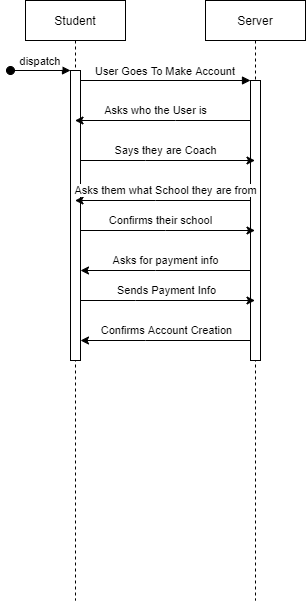
Earlier version of the draw.io export Deliverables/Week_3/Use_Case/Coaches/Sequence Diagrams/User_Maintenance.png (Hanandrof/Group-3-Repository). Source tidied: cells renumbered, new cells last; positions are measured from the earlier drawing's top-left corner, leaving out a move shared by most shapes.
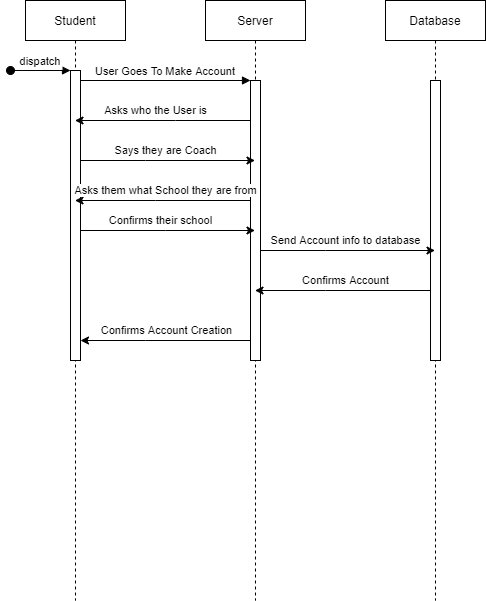
The same file after the commit.

What changed in the source:
```diff
@@ -64,32 +64,6 @@
         <mxPoint y="-8" as="offset" />
       </mxGeometry>
     </mxCell>
-    <mxCell id="14" style="edgeStyle=orthogonalEdgeStyle;rounded=0;jettySize=auto;html=1;" parent="1" edge="1" source="6" target="3">
-      <mxGeometry relative="1" as="geometry">
-        <Array as="points">
-          <mxPoint x="145" y="270" />
-          <mxPoint x="145" y="270" />
-        </Array>
-      </mxGeometry>
-    </mxCell>
-    <mxCell id="15" value="Asks for payment info" style="edgeLabel;html=1;align=center;verticalAlign=middle;" parent="14" vertex="1">
-      <mxGeometry x="0.12" y="1" relative="1" as="geometry">
-        <mxPoint x="9.9" y="-11" as="offset" />
-      </mxGeometry>
-    </mxCell>
-    <mxCell id="16" style="edgeStyle=orthogonalEdgeStyle;rounded=0;jettySize=auto;html=1;" parent="1" edge="1" source="3" target="5">
-      <mxGeometry relative="1" as="geometry">
-        <Array as="points">
-          <mxPoint x="125" y="300" />
-          <mxPoint x="125" y="300" />
-        </Array>
-      </mxGeometry>
-    </mxCell>
-    <mxCell id="17" value="Sends Payment Info" style="edgeLabel;html=1;align=center;verticalAlign=middle;" parent="16" vertex="1">
-      <mxGeometry x="-0.08" relative="1" as="geometry">
-        <mxPoint x="5" y="-10" as="offset" />
-      </mxGeometry>
-    </mxCell>
     <mxCell id="18" style="edgeStyle=orthogonalEdgeStyle;rounded=0;jettySize=auto;html=1;" parent="1" edge="1" source="6" target="3">
       <mxGeometry relative="1" as="geometry">
         <Array as="points">
@@ -103,5 +77,27 @@
         <mxPoint x="14.4" y="-10" as="offset" />
       </mxGeometry>
     </mxCell>
+    <mxCell id="20" value="Database" style="shape=umlLifeline;perimeter=lifelinePerimeter;rounded=0;shadow=0;strokeWidth=1;" parent="1" vertex="1">
+      <mxGeometry x="375" width="100" height="600" as="geometry" />
+    </mxCell>
+    <mxCell id="21" style="points=[];perimeter=orthogonalPerimeter;rounded=0;shadow=0;strokeWidth=1;" parent="20" vertex="1">
+      <mxGeometry x="45" y="80" width="10" height="280" as="geometry" />
+    </mxCell>
+    <mxCell id="22" value="Send Account info to database" style="edgeStyle=orthogonalEdgeStyle;rounded=0;jettySize=auto;html=1;" parent="1" edge="1" source="6" target="20">
+      <mxGeometry x="-0.03" y="10" relative="1" as="geometry">
+        <Array as="points">
+          <mxPoint x="315" y="250" />
+          <mxPoint x="315" y="250" />
+        </Array>
+      </mxGeometry>
+    </mxCell>
+    <mxCell id="23" value="Confirms Account" style="edgeStyle=orthogonalEdgeStyle;rounded=0;jettySize=auto;html=1;" parent="1" edge="1" source="21" target="5">
+      <mxGeometry x="-0.03" y="-10" relative="1" as="geometry">
+        <Array as="points">
+          <mxPoint x="315" y="290" />
+          <mxPoint x="315" y="290" />
+        </Array>
+      </mxGeometry>
+    </mxCell>
   </root>
 </mxGraphModel>
```
